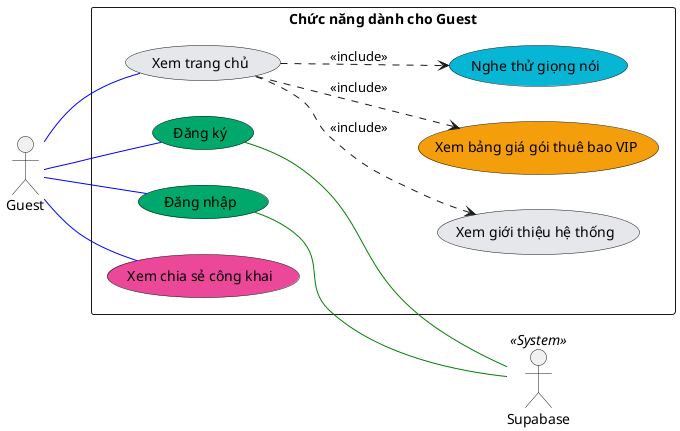
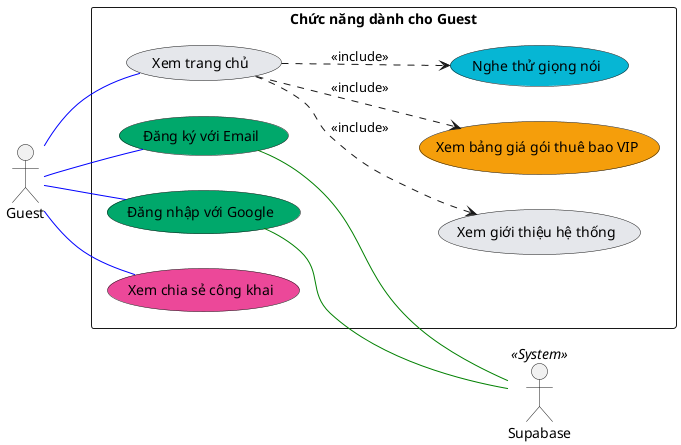
@startuml
left to right direction
skinparam packageStyle rectangle
skinparam shadowing false

actor "Guest" as Guest
actor "Supabase" as Supabase << System >>

rectangle "Chức năng dành cho Guest" {
  usecase "Xem trang chủ" as UC_Home #e5e7eb
  usecase "Xem giới thiệu hệ thống" as UC_Intro #e5e7eb
  usecase "Xem bảng giá gói thuê bao VIP" as UC_Pricing #f59e0b
  usecase "Nghe thử giọng nói" as UC_SampleVoice #06b6d4
-   usecase "Đăng ký" as UC_Register #00a86b
-   usecase "Đăng nhập" as UC_Login #00a86b
+   usecase "Đăng ký với Email" as UC_Register #00a86b
+   usecase "Đăng nhập với Google" as UC_Login #00a86b
  usecase "Xem chia sẻ công khai" as UC_PublicShare #ec4899

  UC_Home ..> UC_Intro : <<include>>
  UC_Home ..> UC_Pricing : <<include>>
  UC_Home ..> UC_SampleVoice : <<include>>
}

Guest -- UC_Home #blue
Guest -- UC_Register #blue
Guest -- UC_Login #blue
Guest -- UC_PublicShare #blue

UC_Register -- Supabase #green
UC_Login -- Supabase #green
@enduml
